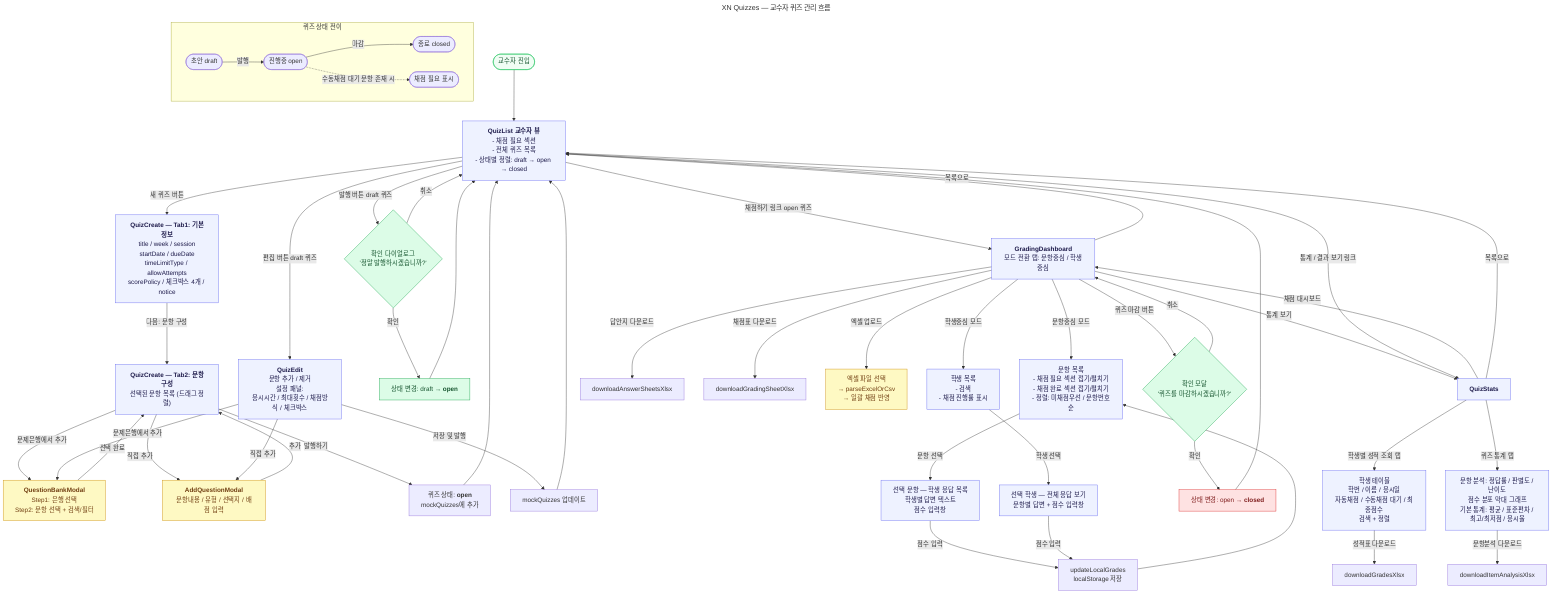
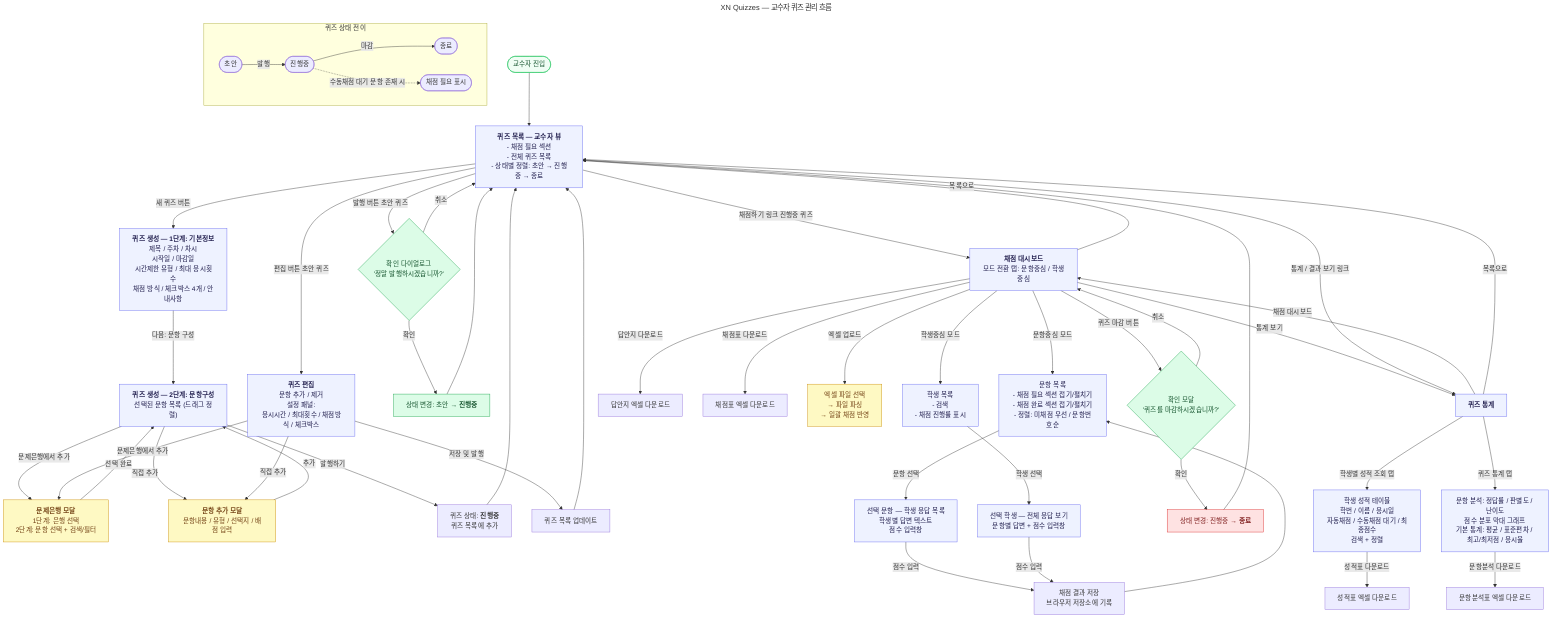
---
title: XN Quizzes — 교수자 퀴즈 관리 흐름
---
flowchart TD
-     START([교수자 진입]) --> QL["`**QuizList 교수자 뷰**
+     START([교수자 진입]) --> QL["`**퀴즈 목록 — 교수자 뷰**
    - 채점 필요 섹션
    - 전체 퀴즈 목록
-     - 상태별 정렬: draft → open → closed`"]
+     - 상태별 정렬: 초안 → 진행중 → 종료`"]

    %% ── 퀴즈 생성 흐름 ──────────────────────────
-     QL -->|새 퀴즈 버튼| QC_T1["`**QuizCreate — Tab1: 기본정보**
-     title / week / session
-     startDate / dueDate
-     timeLimitType / allowAttempts
-     scorePolicy / 체크박스 4개 / notice`"]
+     QL -->|새 퀴즈 버튼| QC_T1["`**퀴즈 생성 — 1단계: 기본정보**
+     제목 / 주차 / 차시
+     시작일 / 마감일
+     시간제한 유형 / 최대 응시횟수
+     채점 방식 / 체크박스 4개 / 안내사항`"]

-     QC_T1 -->|다음: 문항 구성| QC_T2["`**QuizCreate — Tab2: 문항구성**
+     QC_T1 -->|다음: 문항 구성| QC_T2["`**퀴즈 생성 — 2단계: 문항구성**
    선택된 문항 목록 (드래그 정렬)`"]

-     QC_T2 -->|문제은행에서 추가| M_BANK["`**QuestionBankModal**
-     Step1: 은행 선택
-     Step2: 문항 선택 + 검색/필터`"]
-     QC_T2 -->|직접 추가| M_ADD["`**AddQuestionModal**
+     QC_T2 -->|문제은행에서 추가| M_BANK["`**문제은행 모달**
+     1단계: 은행 선택
+     2단계: 문항 선택 + 검색/필터`"]
+     QC_T2 -->|직접 추가| M_ADD["`**문항 추가 모달**
    문항내용 / 유형 / 선택지 / 배점 입력`"]
    M_BANK -->|선택 완료| QC_T2
    M_ADD  -->|추가| QC_T2

-     QC_T2 -->|발행하기| NEW_QUIZ_OPEN["`퀴즈 상태: **open**
-     mockQuizzes에 추가`"]
+     QC_T2 -->|발행하기| NEW_QUIZ_OPEN["`퀴즈 상태: **진행중**
+     퀴즈 목록에 추가`"]
    NEW_QUIZ_OPEN --> QL

    %% ── 퀴즈 편집 흐름 ──────────────────────────
-     QL -->|편집 버튼 draft 퀴즈| QE["`**QuizEdit**
+     QL -->|편집 버튼 초안 퀴즈| QE["`**퀴즈 편집**
    문항 추가 / 제거
    설정 패널:
    응시시간 / 최대횟수 / 채점방식 / 체크박스`"]

    QE -->|문제은행에서 추가| M_BANK
    QE -->|직접 추가| M_ADD
-     QE -->|저장 및 발행| SAVE_QUIZ["`mockQuizzes 업데이트`"]
+     QE -->|저장 및 발행| SAVE_QUIZ["`퀴즈 목록 업데이트`"]
    SAVE_QUIZ --> QL

    %% ── 퀴즈 발행 (목록에서 직접) ──────────────
-     QL -->|발행 버튼 draft 퀴즈| CONFIRM_PUB{"`확인 다이얼로그
+     QL -->|발행 버튼 초안 퀴즈| CONFIRM_PUB{"`확인 다이얼로그
    '정말 발행하시겠습니까?'`"}
-     CONFIRM_PUB -->|확인| STATUS_OPEN["`상태 변경: draft → **open**`"]
+     CONFIRM_PUB -->|확인| STATUS_OPEN["`상태 변경: 초안 → **진행중**`"]
    CONFIRM_PUB -->|취소| QL
    STATUS_OPEN --> QL

    %% ── 채점 흐름 ────────────────────────────────
-     QL -->|채점하기 링크 open 퀴즈| GD["`**GradingDashboard**
+     QL -->|채점하기 링크 진행중 퀴즈| GD["`**채점 대시보드**
    모드 전환 탭: 문항중심 / 학생중심`"]

    GD -->|문항중심 모드| GD_Q["`문항 목록
    - 채점 필요 섹션 접기/펼치기
    - 채점 완료 섹션 접기/펼치기
-     - 정렬: 미채점우선 / 문항번호순`"]
+     - 정렬: 미채점 우선 / 문항번호순`"]
    GD_Q -->|문항 선택| GD_Q_RESP["`선택 문항 — 학생 응답 목록
    학생별 답변 텍스트
    점수 입력창`"]
-     GD_Q_RESP -->|점수 입력| SAVE_GRADE["`updateLocalGrades
-     localStorage 저장`"]
+     GD_Q_RESP -->|점수 입력| SAVE_GRADE["`채점 결과 저장
+     브라우저 저장소에 기록`"]
    SAVE_GRADE --> GD_Q

    GD -->|학생중심 모드| GD_S["`학생 목록
    - 검색
    - 채점 진행률 표시`"]
    GD_S -->|학생 선택| GD_S_RESP["`선택 학생 — 전체 응답 보기
    문항별 답변 + 점수 입력창`"]
    GD_S_RESP -->|점수 입력| SAVE_GRADE

-     GD -->|답안지 다운로드| DL_ANSWER["`downloadAnswerSheetsXlsx`"]
-     GD -->|채점표 다운로드| DL_GRADING["`downloadGradingSheetXlsx`"]
+     GD -->|답안지 다운로드| DL_ANSWER["`답안지 엑셀 다운로드`"]
+     GD -->|채점표 다운로드| DL_GRADING["`채점표 엑셀 다운로드`"]
    GD -->|엑셀 업로드| M_EXCEL["`엑셀 파일 선택
-     → parseExcelOrCsv
+     → 파일 파싱
    → 일괄 채점 반영`"]

    GD -->|퀴즈 마감 버튼| CONFIRM_CLOSE{"`확인 모달
    '퀴즈를 마감하시겠습니까?'`"}
-     CONFIRM_CLOSE -->|확인| STATUS_CLOSED["`상태 변경: open → **closed**`"]
+     CONFIRM_CLOSE -->|확인| STATUS_CLOSED["`상태 변경: 진행중 → **종료**`"]
    CONFIRM_CLOSE -->|취소| GD
    STATUS_CLOSED --> QL

    GD -->|목록으로| QL
    GD -->|통계 보기| QS

    %% ── 통계 조회 흐름 ───────────────────────────
-     QL -->|통계 / 결과 보기 링크| QS["`**QuizStats**`"]
-     QS -->|학생별 성적 조회 탭| QS_GRADES["`학생 테이블
+     QL -->|통계 / 결과 보기 링크| QS["`**퀴즈 통계**`"]
+     QS -->|학생별 성적 조회 탭| QS_GRADES["`학생 성적 테이블
    학번 / 이름 / 응시일
    자동채점 / 수동채점 대기 / 최종점수
    검색 + 정렬`"]
    QS -->|퀴즈 통계 탭| QS_STATS["`문항 분석: 정답률 / 판별도 / 난이도
    점수 분포 막대 그래프
    기본 통계: 평균 / 표준편차 / 최고/최저점 / 응시율`"]

-     QS_GRADES -->|성적표 다운로드| DL_GRADES["`downloadGradesXlsx`"]
-     QS_STATS  -->|문항분석 다운로드| DL_ITEM["`downloadItemAnalysisXlsx`"]
+     QS_GRADES -->|성적표 다운로드| DL_GRADES["`성적표 엑셀 다운로드`"]
+     QS_STATS  -->|문항분석 다운로드| DL_ITEM["`문항분석표 엑셀 다운로드`"]
    QS -->|채점 대시보드| GD
    QS -->|목록으로| QL

    %% ── 퀴즈 상태 전이 요약 ─────────────────────
    subgraph STATUS ["퀴즈 상태 전이"]
        direction LR
-         S_DRAFT([초안 draft]) -->|발행| S_OPEN([진행중 open])
-         S_OPEN  -->|마감| S_CLOSED([종료 closed])
+         S_DRAFT([초안]) -->|발행| S_OPEN([진행중])
+         S_OPEN  -->|마감| S_CLOSED([종료])
        S_OPEN  -.->|수동채점 대기 문항 존재 시| S_GRADING(["채점 필요 표시"])
    end

    %% ── 스타일 ───────────────────────────────────
    style QL         fill:#EEF2FF,stroke:#6366F1,color:#1e1b4b
    style QC_T1      fill:#EEF2FF,stroke:#6366F1,color:#1e1b4b
    style QC_T2      fill:#EEF2FF,stroke:#6366F1,color:#1e1b4b
    style QE         fill:#EEF2FF,stroke:#6366F1,color:#1e1b4b
    style GD         fill:#EEF2FF,stroke:#6366F1,color:#1e1b4b
    style GD_Q       fill:#EEF2FF,stroke:#6366F1,color:#1e1b4b
    style GD_Q_RESP  fill:#EEF2FF,stroke:#6366F1,color:#1e1b4b
    style GD_S       fill:#EEF2FF,stroke:#6366F1,color:#1e1b4b
    style GD_S_RESP  fill:#EEF2FF,stroke:#6366F1,color:#1e1b4b
    style QS         fill:#EEF2FF,stroke:#6366F1,color:#1e1b4b
    style QS_GRADES  fill:#EEF2FF,stroke:#6366F1,color:#1e1b4b
    style QS_STATS   fill:#EEF2FF,stroke:#6366F1,color:#1e1b4b

    style M_BANK     fill:#FEF9C3,stroke:#CA8A04,color:#713f12
    style M_ADD      fill:#FEF9C3,stroke:#CA8A04,color:#713f12
    style M_EXCEL    fill:#FEF9C3,stroke:#CA8A04,color:#713f12

    style CONFIRM_PUB   fill:#DCFCE7,stroke:#16A34A,color:#14532d
    style CONFIRM_CLOSE fill:#DCFCE7,stroke:#16A34A,color:#14532d

    style STATUS_OPEN   fill:#DCFCE7,stroke:#16A34A,color:#14532d
    style STATUS_CLOSED fill:#FEE2E2,stroke:#DC2626,color:#7f1d1d

    style START fill:#F0FDF4,stroke:#22C55E,color:#14532d
